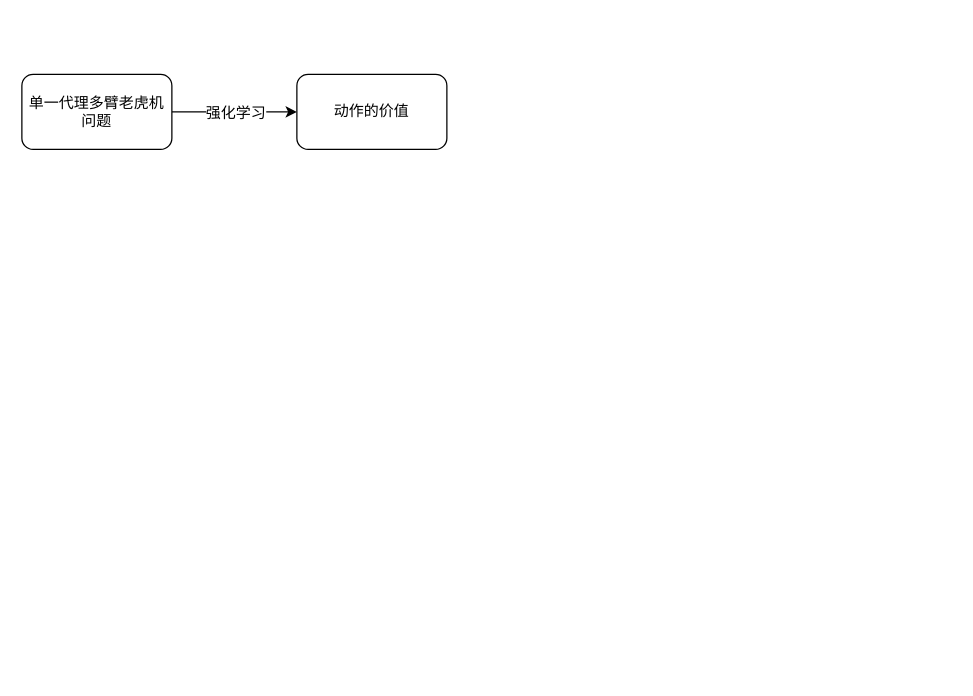
The draw.io diagram page "INDIVIDUAL Q-LEARNING IN NORMAL FORM GAMES" (2 of 2) of 强化学习.drawio in zjtone/RL-Note, before the edit. Source tidied: cells renumbered, new cells numbered last; positions are measured from the earlier drawing's top-left corner, leaving out a move shared by most shapes. Both pictures are drawn from the tidied source at 125%, with x=0, y=0 at pixel (21, 74).
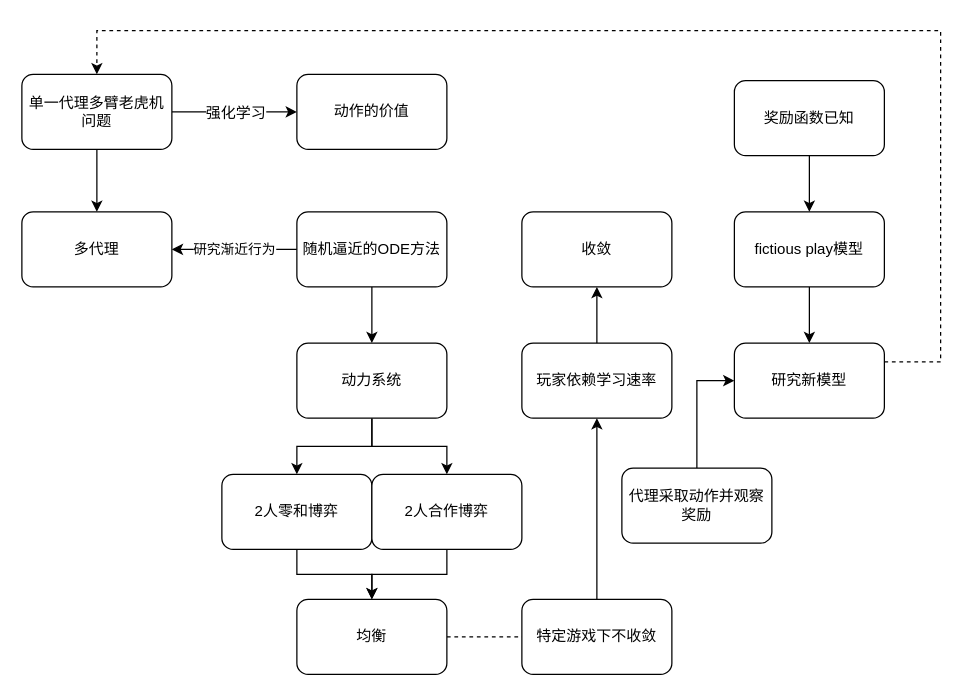
After the change.

Commit message (it also covers changes not shown here):
更新强化学习.drawio

The change refers to these unchanged cells:
```xml
<mxCell id="4" value="单一代理多臂老虎机问题" style="rounded=1;whiteSpace=wrap;html=1;" parent="1" vertex="1">
  <mxGeometry width="120" height="60" as="geometry" />
</mxCell>
```

The edit, as a diff of the source:
```diff
@@
+    <mxCell id="6" style="edgeStyle=orthogonalEdgeStyle;rounded=0;jettySize=auto;html=1;entryX=0.5;entryY=0;entryDx=0;entryDy=0;" parent="1" edge="1" source="4" target="7">
+      <mxGeometry relative="1" as="geometry" />
+    </mxCell>
@@
+    <mxCell id="7" value="多代理" style="rounded=1;whiteSpace=wrap;html=1;" parent="1" vertex="1">
+      <mxGeometry y="110" width="120" height="60" as="geometry" />
+    </mxCell>
+    <mxCell id="8" value="研究渐近行为" style="edgeStyle=orthogonalEdgeStyle;rounded=0;jettySize=auto;html=1;" parent="1" edge="1" source="10" target="7">
+      <mxGeometry relative="1" as="geometry" />
+    </mxCell>
+    <mxCell id="9" style="edgeStyle=orthogonalEdgeStyle;rounded=0;jettySize=auto;html=1;" parent="1" edge="1" source="10" target="17">
+      <mxGeometry relative="1" as="geometry" />
+    </mxCell>
+    <mxCell id="10" value="随机逼近的ODE方法" style="rounded=1;whiteSpace=wrap;html=1;" parent="1" vertex="1">
+      <mxGeometry x="220" y="110" width="120" height="60" as="geometry" />
+    </mxCell>
+    <mxCell id="11" style="edgeStyle=orthogonalEdgeStyle;rounded=0;jettySize=auto;html=1;entryX=0.5;entryY=0;entryDx=0;entryDy=0;" parent="1" edge="1" source="12" target="19">
+      <mxGeometry relative="1" as="geometry" />
+    </mxCell>
+    <mxCell id="12" value="2人零和博弈" style="rounded=1;whiteSpace=wrap;html=1;" parent="1" vertex="1">
+      <mxGeometry x="160" y="320" width="120" height="60" as="geometry" />
+    </mxCell>
+    <mxCell id="13" style="edgeStyle=orthogonalEdgeStyle;rounded=0;jettySize=auto;html=1;entryX=0.5;entryY=0;entryDx=0;entryDy=0;" parent="1" edge="1" source="14" target="19">
+      <mxGeometry relative="1" as="geometry" />
+    </mxCell>
+    <mxCell id="14" value="2人合作博弈" style="rounded=1;whiteSpace=wrap;html=1;" parent="1" vertex="1">
+      <mxGeometry x="280" y="320" width="120" height="60" as="geometry" />
+    </mxCell>
+    <mxCell id="15" style="edgeStyle=orthogonalEdgeStyle;rounded=0;jettySize=auto;html=1;entryX=0.5;entryY=0;entryDx=0;entryDy=0;" parent="1" edge="1" source="17" target="12">
+      <mxGeometry relative="1" as="geometry" />
+    </mxCell>
+    <mxCell id="16" style="edgeStyle=orthogonalEdgeStyle;rounded=0;jettySize=auto;html=1;" parent="1" edge="1" source="17" target="14">
+      <mxGeometry relative="1" as="geometry" />
+    </mxCell>
+    <mxCell id="17" value="动力系统" style="rounded=1;whiteSpace=wrap;html=1;" parent="1" vertex="1">
+      <mxGeometry x="220" y="215" width="120" height="60" as="geometry" />
+    </mxCell>
+    <mxCell id="18" style="edgeStyle=orthogonalEdgeStyle;rounded=0;jettySize=auto;html=1;entryX=0;entryY=0.5;entryDx=0;entryDy=0;dashed=1;" parent="1" edge="1" source="19" target="21">
+      <mxGeometry relative="1" as="geometry">
+        <Array as="points">
+          <mxPoint x="430" y="450" />
+          <mxPoint x="430" y="450" />
+        </Array>
+      </mxGeometry>
+    </mxCell>
+    <mxCell id="19" value="均衡" style="rounded=1;whiteSpace=wrap;html=1;" parent="1" vertex="1">
+      <mxGeometry x="220" y="420" width="120" height="60" as="geometry" />
+    </mxCell>
+    <mxCell id="20" style="edgeStyle=orthogonalEdgeStyle;rounded=0;jettySize=auto;html=1;" parent="1" edge="1" source="21" target="23">
+      <mxGeometry relative="1" as="geometry" />
+    </mxCell>
+    <mxCell id="21" value="特定游戏下不收敛" style="rounded=1;whiteSpace=wrap;html=1;" parent="1" vertex="1">
+      <mxGeometry x="400" y="420" width="120" height="60" as="geometry" />
+    </mxCell>
+    <mxCell id="22" style="edgeStyle=orthogonalEdgeStyle;rounded=0;jettySize=auto;html=1;" parent="1" edge="1" source="23" target="24">
+      <mxGeometry relative="1" as="geometry" />
+    </mxCell>
+    <mxCell id="23" value="玩家依赖学习速率" style="rounded=1;whiteSpace=wrap;html=1;" parent="1" vertex="1">
+      <mxGeometry x="400" y="215" width="120" height="60" as="geometry" />
+    </mxCell>
+    <mxCell id="24" value="收敛" style="rounded=1;whiteSpace=wrap;html=1;" parent="1" vertex="1">
+      <mxGeometry x="400" y="110" width="120" height="60" as="geometry" />
+    </mxCell>
+    <mxCell id="25" style="edgeStyle=orthogonalEdgeStyle;rounded=0;jettySize=auto;html=1;" parent="1" edge="1" source="26" target="30">
+      <mxGeometry relative="1" as="geometry" />
+    </mxCell>
+    <mxCell id="26" value="fictious play模型" style="rounded=1;whiteSpace=wrap;html=1;" parent="1" vertex="1">
+      <mxGeometry x="570" y="110" width="120" height="60" as="geometry" />
+    </mxCell>
+    <mxCell id="27" style="edgeStyle=orthogonalEdgeStyle;rounded=0;jettySize=auto;html=1;" parent="1" edge="1" source="28" target="26">
+      <mxGeometry relative="1" as="geometry" />
+    </mxCell>
+    <mxCell id="28" value="奖励函数已知" style="rounded=1;whiteSpace=wrap;html=1;" parent="1" vertex="1">
+      <mxGeometry x="570" y="5" width="120" height="60" as="geometry" />
+    </mxCell>
+    <mxCell id="29" style="edgeStyle=orthogonalEdgeStyle;rounded=0;jettySize=auto;html=1;entryX=0.5;entryY=0;entryDx=0;entryDy=0;dashed=1;" parent="1" edge="1" source="30" target="4">
+      <mxGeometry relative="1" as="geometry">
+        <Array as="points">
+          <mxPoint x="735" y="230" />
+          <mxPoint x="735" y="-35" />
+          <mxPoint x="60" y="-35" />
+        </Array>
+      </mxGeometry>
+    </mxCell>
+    <mxCell id="30" value="研究新模型" style="rounded=1;whiteSpace=wrap;html=1;" parent="1" vertex="1">
+      <mxGeometry x="570" y="215" width="120" height="60" as="geometry" />
+    </mxCell>
+    <mxCell id="31" style="edgeStyle=orthogonalEdgeStyle;rounded=0;jettySize=auto;html=1;entryX=0;entryY=0.5;entryDx=0;entryDy=0;" parent="1" edge="1" source="32" target="30">
+      <mxGeometry relative="1" as="geometry" />
+    </mxCell>
+    <mxCell id="32" value="代理采取动作并观察奖励" style="rounded=1;whiteSpace=wrap;html=1;" parent="1" vertex="1">
+      <mxGeometry x="480" y="315" width="120" height="60" as="geometry" />
+    </mxCell>
```
